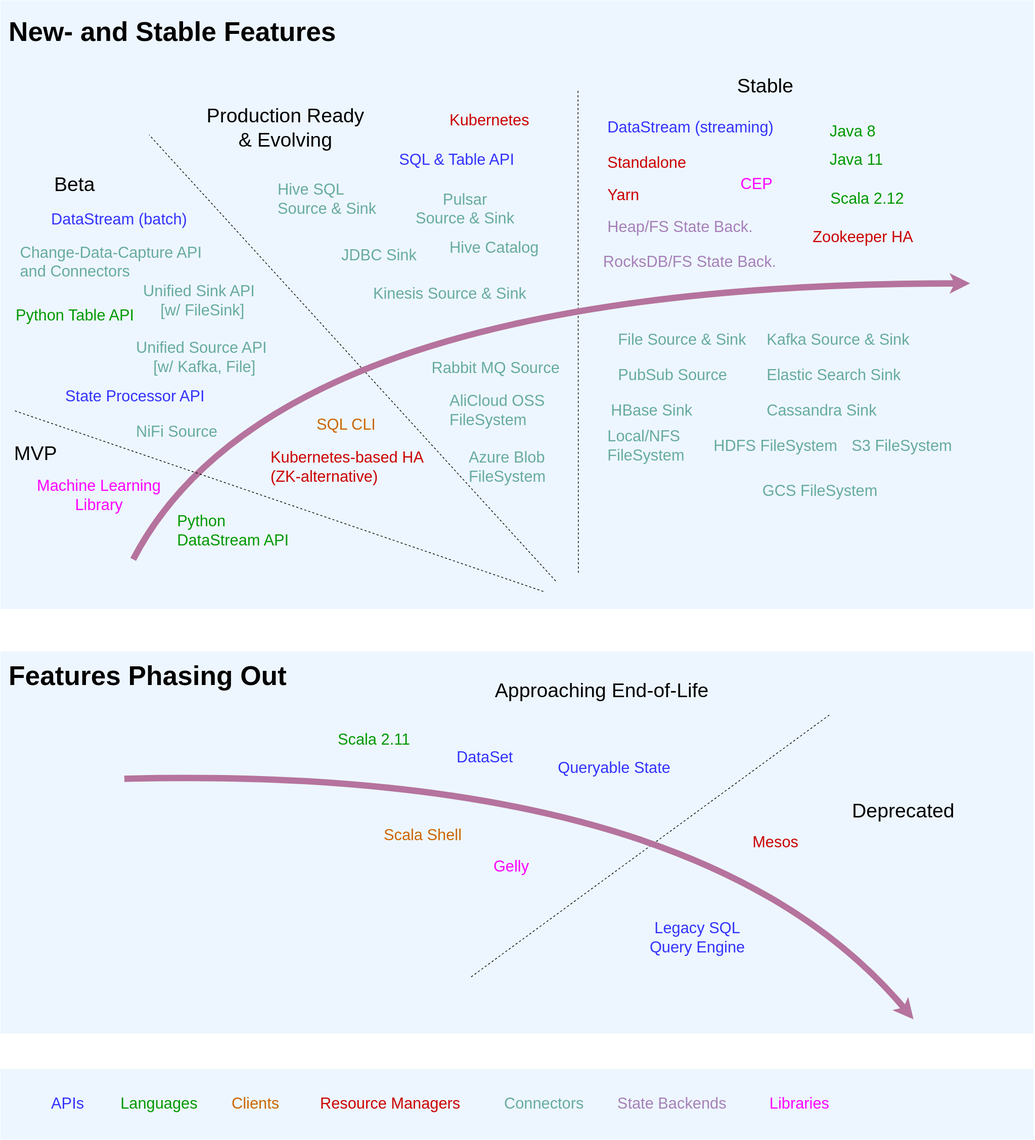
Before: img/flink_feature_radar_2.svg, a diagram exported from draw.io (apache/flink-web). Source tidied: cells renumbered, new cells last; positions are measured from the earlier drawing's top-left corner, leaving out a move shared by most shapes.
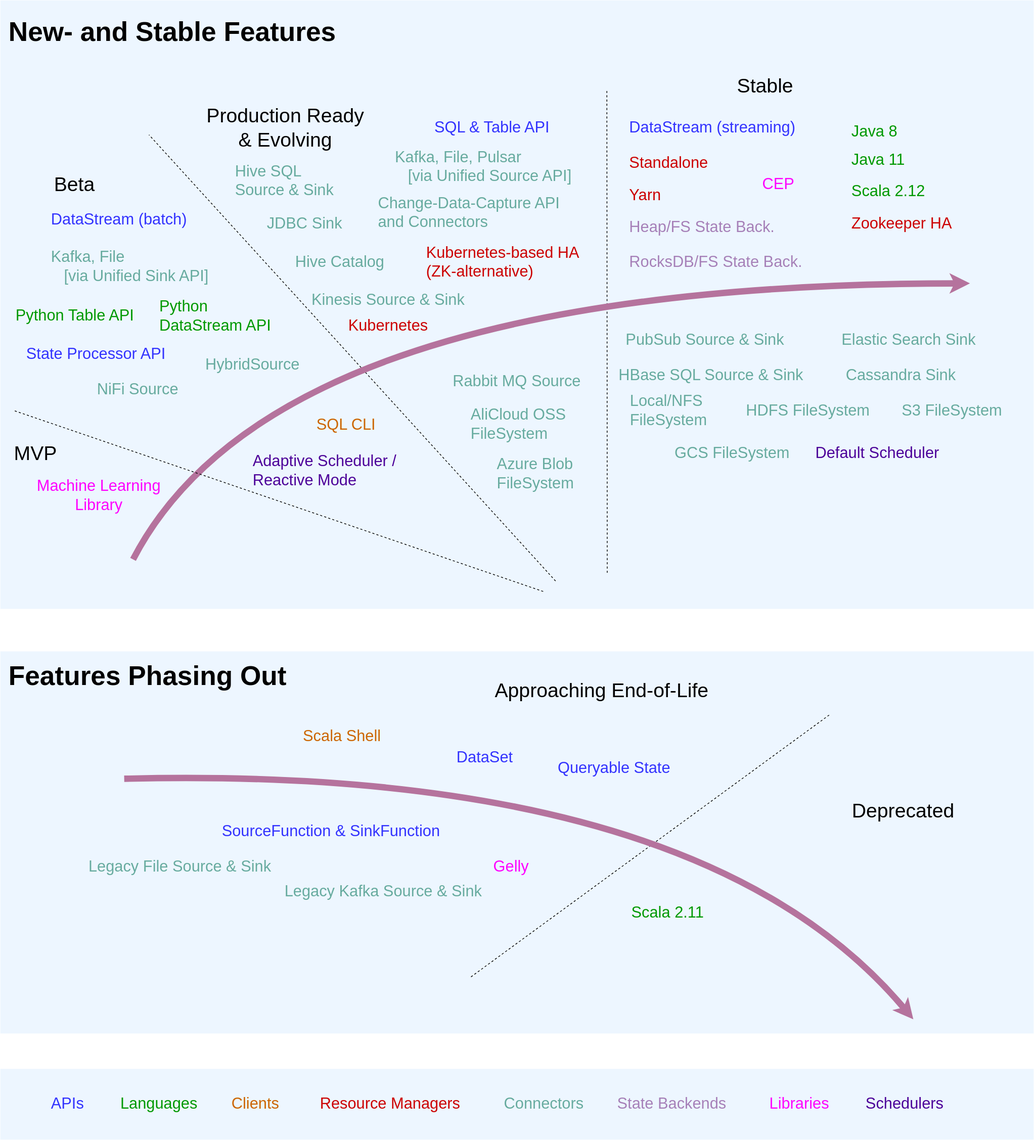
The same file after the commit.

Commit message:
Updated Flink roadmap

Change to the diagram source:
```diff
@@ -36,4 +36,4 @@
       <mxGeometry relative="1" as="geometry">
-        <mxPoint x="816.5" y="809" as="sourcePoint" />
-        <mxPoint x="816" y="126" as="targetPoint" />
+        <mxPoint x="857.5" y="809" as="sourcePoint" />
+        <mxPoint x="857" y="126" as="targetPoint" />
       </mxGeometry>
@@ -71,3 +71,3 @@
     <mxCell id="21" value="DataStream (streaming)" style="text;html=1;strokeColor=none;fillColor=none;align=left;verticalAlign=middle;whiteSpace=wrap;rounded=0;fontSize=22;fontColor=#3333FF;" parent="1" vertex="1">
-      <mxGeometry x="856" y="160" width="305" height="40" as="geometry" />
+      <mxGeometry x="887" y="160" width="305" height="40" as="geometry" />
     </mxCell>
@@ -80,7 +80,4 @@
     <mxCell id="24" value="SQL &amp;amp; Table API" style="text;html=1;strokeColor=none;fillColor=none;align=center;verticalAlign=middle;whiteSpace=wrap;rounded=0;fontSize=22;fontColor=#3333FF;" parent="1" vertex="1">
-      <mxGeometry x="510" y="206" width="270" height="40" as="geometry" />
+      <mxGeometry x="560" y="160" width="270" height="40" as="geometry" />
     </mxCell>
-    <mxCell id="25" value="Legacy SQL&lt;br&gt;Query Engine" style="text;html=1;strokeColor=none;fillColor=none;align=center;verticalAlign=middle;whiteSpace=wrap;rounded=0;fontSize=22;fontColor=#3333FF;" parent="1" vertex="1">
-      <mxGeometry x="850" y="1290" width="270" height="70" as="geometry" />
-    </mxCell>
     <mxCell id="26" value="Queryable State" style="text;html=1;strokeColor=none;fillColor=none;align=left;verticalAlign=middle;whiteSpace=wrap;rounded=0;fontSize=22;fontColor=#3333FF;" parent="1" vertex="1">
@@ -89,42 +86,39 @@
     <mxCell id="27" value="State Processor API" style="text;html=1;strokeColor=none;fillColor=none;align=left;verticalAlign=middle;whiteSpace=wrap;rounded=0;fontSize=22;fontColor=#3333FF;" parent="1" vertex="1">
-      <mxGeometry x="90" y="540" width="210" height="40" as="geometry" />
+      <mxGeometry x="35" y="480" width="210" height="40" as="geometry" />
     </mxCell>
     <mxCell id="28" value="Scala Shell" style="text;html=1;strokeColor=none;fillColor=none;align=left;verticalAlign=middle;whiteSpace=wrap;rounded=0;fontSize=22;fontColor=#CC6600;" parent="1" vertex="1">
-      <mxGeometry x="540" y="1160" width="130" height="40" as="geometry" />
+      <mxGeometry x="426" y="1020" width="130" height="40" as="geometry" />
     </mxCell>
     <mxCell id="29" value="Java 8" style="text;html=1;strokeColor=none;fillColor=none;align=left;verticalAlign=middle;whiteSpace=wrap;rounded=0;fontSize=22;fontColor=#009900;" parent="1" vertex="1">
-      <mxGeometry x="1170" y="166" width="110" height="40" as="geometry" />
+      <mxGeometry x="1201" y="166" width="110" height="40" as="geometry" />
     </mxCell>
     <mxCell id="30" value="Java 11" style="text;html=1;strokeColor=none;fillColor=none;align=left;verticalAlign=middle;whiteSpace=wrap;rounded=0;fontSize=22;fontColor=#009900;" parent="1" vertex="1">
-      <mxGeometry x="1170" y="206" width="120" height="40" as="geometry" />
+      <mxGeometry x="1201" y="206" width="120" height="40" as="geometry" />
     </mxCell>
     <mxCell id="31" value="Scala 2.12" style="text;html=1;strokeColor=none;fillColor=none;align=left;verticalAlign=middle;whiteSpace=wrap;rounded=0;fontSize=22;fontColor=#009900;" parent="1" vertex="1">
-      <mxGeometry x="1171" y="261" width="140" height="40" as="geometry" />
+      <mxGeometry x="1201" y="250" width="140" height="40" as="geometry" />
     </mxCell>
     <mxCell id="32" value="Scala 2.11" style="text;html=1;strokeColor=none;fillColor=none;align=left;verticalAlign=middle;whiteSpace=wrap;rounded=0;fontSize=22;fontColor=#009900;" parent="1" vertex="1">
-      <mxGeometry x="475" y="1025" width="140" height="40" as="geometry" />
+      <mxGeometry x="890" y="1270" width="140" height="40" as="geometry" />
     </mxCell>
     <mxCell id="33" value="&lt;div&gt;&lt;span&gt;Kubernetes&lt;/span&gt;&lt;/div&gt;" style="text;html=1;strokeColor=none;fillColor=none;align=left;verticalAlign=middle;whiteSpace=wrap;rounded=0;fontSize=22;fontColor=#CC0000;" parent="1" vertex="1">
-      <mxGeometry x="632.5" y="150" width="135" height="40" as="geometry" />
+      <mxGeometry x="490" y="440" width="135" height="40" as="geometry" />
     </mxCell>
     <mxCell id="34" value="&lt;div&gt;Standalone&lt;/div&gt;" style="text;html=1;strokeColor=none;fillColor=none;align=left;verticalAlign=middle;whiteSpace=wrap;rounded=0;fontSize=22;fontColor=#CC0000;" parent="1" vertex="1">
-      <mxGeometry x="856" y="210" width="130" height="40" as="geometry" />
+      <mxGeometry x="887" y="210" width="130" height="40" as="geometry" />
     </mxCell>
     <mxCell id="35" value="&lt;div&gt;Yarn&lt;/div&gt;" style="text;html=1;strokeColor=none;fillColor=none;align=left;verticalAlign=middle;whiteSpace=wrap;rounded=0;fontSize=22;fontColor=#CC0000;" parent="1" vertex="1">
-      <mxGeometry x="856" y="256" width="135" height="40" as="geometry" />
+      <mxGeometry x="887" y="256" width="135" height="40" as="geometry" />
     </mxCell>
     <mxCell id="36" value="&lt;div&gt;&lt;span&gt;Zookeeper HA&lt;/span&gt;&lt;/div&gt;" style="text;html=1;strokeColor=none;fillColor=none;align=left;verticalAlign=middle;whiteSpace=wrap;rounded=0;fontSize=22;fontColor=#CC0000;" parent="1" vertex="1">
-      <mxGeometry x="1146" y="315" width="190" height="40" as="geometry" />
+      <mxGeometry x="1201" y="296" width="190" height="40" as="geometry" />
     </mxCell>
-    <mxCell id="37" value="&lt;div&gt;&lt;span&gt;Mesos&lt;/span&gt;&lt;/div&gt;" style="text;html=1;strokeColor=none;fillColor=none;align=left;verticalAlign=middle;whiteSpace=wrap;rounded=0;fontSize=22;fontColor=#CC0000;" parent="1" vertex="1">
-      <mxGeometry x="1061" y="1170" width="135" height="40" as="geometry" />
-    </mxCell>
     <mxCell id="38" value="Kubernetes-based HA (ZK-alternative)" style="text;html=1;strokeColor=none;fillColor=none;align=left;verticalAlign=middle;whiteSpace=wrap;rounded=0;fontSize=22;fontColor=#CC0000;" parent="1" vertex="1">
-      <mxGeometry x="380" y="640" width="220" height="40" as="geometry" />
+      <mxGeometry x="600" y="350" width="220" height="40" as="geometry" />
     </mxCell>
     <mxCell id="39" value="&lt;div&gt;Heap/FS State Back.&lt;/div&gt;" style="text;html=1;strokeColor=none;fillColor=none;align=left;verticalAlign=middle;whiteSpace=wrap;rounded=0;fontSize=22;fontColor=#A680B8;" parent="1" vertex="1">
-      <mxGeometry x="856" y="301" width="220" height="40" as="geometry" />
+      <mxGeometry x="887" y="301" width="220" height="40" as="geometry" />
     </mxCell>
     <mxCell id="40" value="&lt;div&gt;&lt;span&gt;RocksDB/FS State Back.&lt;/span&gt;&lt;br&gt;&lt;/div&gt;" style="text;html=1;strokeColor=none;fillColor=none;align=left;verticalAlign=middle;whiteSpace=wrap;rounded=0;fontSize=22;fontColor=#A680B8;" parent="1" vertex="1">
-      <mxGeometry x="850" y="350" width="305" height="40" as="geometry" />
+      <mxGeometry x="887" y="350" width="305" height="40" as="geometry" />
     </mxCell>
@@ -134,3 +128,3 @@
     <mxCell id="42" value="&lt;div&gt;CEP&lt;/div&gt;" style="text;html=1;strokeColor=none;fillColor=none;align=left;verticalAlign=middle;whiteSpace=wrap;rounded=0;fontSize=22;fontColor=#FF00FF;" parent="1" vertex="1">
-      <mxGeometry x="1043.5" y="240" width="70" height="40" as="geometry" />
+      <mxGeometry x="1074.5" y="240" width="70" height="40" as="geometry" />
     </mxCell>
@@ -140,45 +134,36 @@
     <mxCell id="44" value="&lt;div&gt;&lt;span&gt;JDBC Sink&lt;/span&gt;&lt;/div&gt;" style="text;html=1;strokeColor=none;fillColor=none;align=left;verticalAlign=middle;whiteSpace=wrap;rounded=0;fontSize=22;fontColor=#67AB9F;" parent="1" vertex="1">
-      <mxGeometry x="480" y="341" width="135" height="40" as="geometry" />
+      <mxGeometry x="375" y="296" width="135" height="40" as="geometry" />
     </mxCell>
-    <mxCell id="45" value="&lt;div&gt;Unified Source API&lt;/div&gt;&lt;div&gt;&amp;nbsp; &amp;nbsp; [w/&amp;nbsp;&lt;span&gt;Kafka, File]&lt;/span&gt;&lt;/div&gt;" style="text;html=1;strokeColor=none;fillColor=none;align=left;verticalAlign=middle;whiteSpace=wrap;rounded=0;fontSize=22;fontColor=#67AB9F;" parent="1" vertex="1">
-      <mxGeometry x="190" y="470" width="230" height="70" as="geometry" />
+    <mxCell id="45" value="&lt;div&gt;Kafka, File, Pulsar&lt;/div&gt;&lt;div&gt;&lt;span&gt;&lt;/span&gt;&amp;nbsp; &amp;nbsp;[via Unified Source API]&lt;/div&gt;" style="text;html=1;strokeColor=none;fillColor=none;align=left;verticalAlign=middle;whiteSpace=wrap;rounded=0;fontSize=22;fontColor=#67AB9F;" parent="1" vertex="1">
+      <mxGeometry x="556" y="200" width="264" height="70" as="geometry" />
     </mxCell>
-    <mxCell id="46" value="File Source &amp;amp; Sink" style="text;html=1;strokeColor=none;fillColor=none;align=left;verticalAlign=middle;whiteSpace=wrap;rounded=0;fontSize=22;fontColor=#67AB9F;" parent="1" vertex="1">
-      <mxGeometry x="871" y="460" width="187.5" height="40" as="geometry" />
-    </mxCell>
-    <mxCell id="47" value="Kafka Source &amp;amp; Sink" style="text;html=1;strokeColor=none;fillColor=none;align=left;verticalAlign=middle;whiteSpace=wrap;rounded=0;fontSize=22;fontColor=#67AB9F;" parent="1" vertex="1">
-      <mxGeometry x="1081" y="460" width="305" height="40" as="geometry" />
-    </mxCell>
-    <mxCell id="48" value="&lt;div style=&quot;text-align: center&quot;&gt;&lt;span&gt;Pulsar&lt;/span&gt;&lt;/div&gt;Source &amp;amp; Sink" style="text;html=1;strokeColor=none;fillColor=none;align=left;verticalAlign=middle;whiteSpace=wrap;rounded=0;fontSize=22;fontColor=#67AB9F;" parent="1" vertex="1">
-      <mxGeometry x="585" y="275" width="160" height="40" as="geometry" />
-    </mxCell>
     <mxCell id="49" value="Rabbit MQ Source" style="text;html=1;strokeColor=none;fillColor=none;align=center;verticalAlign=middle;whiteSpace=wrap;rounded=0;fontSize=22;fontColor=#67AB9F;" parent="1" vertex="1">
-      <mxGeometry x="580" y="500" width="240" height="40" as="geometry" />
+      <mxGeometry x="610" y="519" width="240" height="40" as="geometry" />
     </mxCell>
     <mxCell id="50" value="&lt;div&gt;&lt;span&gt;Kinesis Source &amp;amp; Sink&lt;/span&gt;&lt;/div&gt;" style="text;html=1;strokeColor=none;fillColor=none;align=left;verticalAlign=middle;whiteSpace=wrap;rounded=0;fontSize=22;fontColor=#67AB9F;" parent="1" vertex="1">
-      <mxGeometry x="525" y="400" width="240" height="30" as="geometry" />
+      <mxGeometry x="437.5" y="410" width="240" height="28" as="geometry" />
     </mxCell>
-    <mxCell id="51" value="PubSub Source" style="text;html=1;strokeColor=none;fillColor=none;align=left;verticalAlign=middle;whiteSpace=wrap;rounded=0;fontSize=22;fontColor=#67AB9F;" parent="1" vertex="1">
-      <mxGeometry x="871" y="510" width="190" height="40" as="geometry" />
+    <mxCell id="51" value="PubSub Source &amp;amp; Sink" style="text;html=1;strokeColor=none;fillColor=none;align=left;verticalAlign=middle;whiteSpace=wrap;rounded=0;fontSize=22;fontColor=#67AB9F;" parent="1" vertex="1">
+      <mxGeometry x="882" y="460" width="250" height="40" as="geometry" />
     </mxCell>
     <mxCell id="52" value="NiFi Source" style="text;html=1;strokeColor=none;fillColor=none;align=left;verticalAlign=middle;whiteSpace=wrap;rounded=0;fontSize=22;fontColor=#67AB9F;" parent="1" vertex="1">
-      <mxGeometry x="190" y="590" width="190" height="40" as="geometry" />
+      <mxGeometry x="135" y="530" width="190" height="40" as="geometry" />
     </mxCell>
     <mxCell id="53" value="Elastic Search Sink" style="text;html=1;strokeColor=none;fillColor=none;align=left;verticalAlign=middle;whiteSpace=wrap;rounded=0;fontSize=22;fontColor=#67AB9F;" parent="1" vertex="1">
-      <mxGeometry x="1081" y="510" width="220" height="40" as="geometry" />
+      <mxGeometry x="1187" y="460" width="220" height="40" as="geometry" />
     </mxCell>
     <mxCell id="54" value="Cassandra Sink" style="text;html=1;strokeColor=none;fillColor=none;align=left;verticalAlign=middle;whiteSpace=wrap;rounded=0;fontSize=22;fontColor=#67AB9F;" parent="1" vertex="1">
-      <mxGeometry x="1081" y="560" width="220" height="40" as="geometry" />
+      <mxGeometry x="1193" y="510" width="220" height="40" as="geometry" />
     </mxCell>
-    <mxCell id="55" value="HBase Sink" style="text;html=1;strokeColor=none;fillColor=none;align=left;verticalAlign=middle;whiteSpace=wrap;rounded=0;fontSize=22;fontColor=#67AB9F;" parent="1" vertex="1">
-      <mxGeometry x="861" y="560" width="220" height="40" as="geometry" />
+    <mxCell id="55" value="HBase SQL Source &amp;amp; Sink" style="text;html=1;strokeColor=none;fillColor=none;align=left;verticalAlign=middle;whiteSpace=wrap;rounded=0;fontSize=22;fontColor=#67AB9F;" parent="1" vertex="1">
+      <mxGeometry x="872" y="510" width="270" height="40" as="geometry" />
     </mxCell>
     <mxCell id="56" value="&lt;div&gt;&lt;span&gt;Hive Catalog&lt;/span&gt;&lt;/div&gt;" style="text;html=1;strokeColor=none;fillColor=none;align=left;verticalAlign=middle;whiteSpace=wrap;rounded=0;fontSize=22;fontColor=#67AB9F;" parent="1" vertex="1">
-      <mxGeometry x="632.5" y="330" width="135" height="40" as="geometry" />
+      <mxGeometry x="415" y="350" width="135" height="40" as="geometry" />
     </mxCell>
     <mxCell id="57" value="&lt;div&gt;&lt;span&gt;Hive SQL&lt;br&gt;Source &amp;amp; Sink&lt;/span&gt;&lt;/div&gt;" style="text;html=1;strokeColor=none;fillColor=none;align=left;verticalAlign=middle;whiteSpace=wrap;rounded=0;fontSize=22;fontColor=#67AB9F;" parent="1" vertex="1">
-      <mxGeometry x="390" y="251" width="160" height="60" as="geometry" />
+      <mxGeometry x="330" y="225" width="160" height="60" as="geometry" />
     </mxCell>
-    <mxCell id="58" value="&lt;div&gt;Unified Sink API&lt;/div&gt;&lt;div&gt;&amp;nbsp; &amp;nbsp; [w/&amp;nbsp;&lt;span&gt;FileSink]&lt;/span&gt;&lt;/div&gt;" style="text;html=1;strokeColor=none;fillColor=none;align=left;verticalAlign=middle;whiteSpace=wrap;rounded=0;fontSize=22;fontColor=#67AB9F;" parent="1" vertex="1">
-      <mxGeometry x="200" y="390" width="190" height="70" as="geometry" />
+    <mxCell id="58" value="&lt;div&gt;Kafka, File&lt;/div&gt;&lt;div&gt;&amp;nbsp; &amp;nbsp;[via Unified Sink API]&lt;/div&gt;" style="text;html=1;strokeColor=none;fillColor=none;align=left;verticalAlign=middle;whiteSpace=wrap;rounded=0;fontSize=22;fontColor=#67AB9F;" parent="1" vertex="1">
+      <mxGeometry x="70" y="341" width="230" height="70" as="geometry" />
     </mxCell>
@@ -188,21 +173,21 @@
     <mxCell id="60" value="Python&lt;br&gt;DataStream API" style="text;html=1;strokeColor=none;fillColor=none;align=left;verticalAlign=middle;whiteSpace=wrap;rounded=0;fontSize=22;fontColor=#009900;" parent="1" vertex="1">
-      <mxGeometry x="247.5" y="730" width="250" height="40" as="geometry" />
+      <mxGeometry x="222.5" y="426" width="250" height="40" as="geometry" />
     </mxCell>
     <mxCell id="61" value="S3 FileSystem" style="text;html=1;strokeColor=none;fillColor=none;align=left;verticalAlign=middle;whiteSpace=wrap;rounded=0;fontSize=22;fontColor=#67AB9F;" parent="1" vertex="1">
-      <mxGeometry x="1201" y="610" width="180" height="40" as="geometry" />
+      <mxGeometry x="1272" y="560" width="180" height="40" as="geometry" />
     </mxCell>
     <mxCell id="62" value="GCS FileSystem" style="text;html=1;strokeColor=none;fillColor=none;align=left;verticalAlign=middle;whiteSpace=wrap;rounded=0;fontSize=22;fontColor=#67AB9F;" parent="1" vertex="1">
-      <mxGeometry x="1075" y="674" width="180" height="40" as="geometry" />
+      <mxGeometry x="950.5" y="620" width="180" height="40" as="geometry" />
     </mxCell>
     <mxCell id="63" value="Local/NFS FileSystem" style="text;html=1;strokeColor=none;fillColor=none;align=left;verticalAlign=middle;whiteSpace=wrap;rounded=0;fontSize=22;fontColor=#67AB9F;" parent="1" vertex="1">
-      <mxGeometry x="856" y="610" width="180" height="40" as="geometry" />
+      <mxGeometry x="888" y="560" width="180" height="40" as="geometry" />
     </mxCell>
     <mxCell id="64" value="HDFS FileSystem" style="text;html=1;strokeColor=none;fillColor=none;align=left;verticalAlign=middle;whiteSpace=wrap;rounded=0;fontSize=22;fontColor=#67AB9F;" parent="1" vertex="1">
-      <mxGeometry x="1006" y="610" width="180" height="40" as="geometry" />
+      <mxGeometry x="1052" y="560" width="180" height="40" as="geometry" />
     </mxCell>
     <mxCell id="65" value="Azure Blob&lt;br&gt;FileSystem" style="text;html=1;strokeColor=none;fillColor=none;align=left;verticalAlign=middle;whiteSpace=wrap;rounded=0;fontSize=22;fontColor=#67AB9F;" parent="1" vertex="1">
-      <mxGeometry x="660" y="640" width="130" height="40" as="geometry" />
+      <mxGeometry x="700" y="649" width="130" height="40" as="geometry" />
     </mxCell>
     <mxCell id="66" value="AliCloud OSS&lt;br&gt;FileSystem" style="text;html=1;strokeColor=none;fillColor=none;align=left;verticalAlign=middle;whiteSpace=wrap;rounded=0;fontSize=22;fontColor=#67AB9F;" parent="1" vertex="1">
-      <mxGeometry x="632.5" y="555" width="180" height="50" as="geometry" />
+      <mxGeometry x="662.5" y="574" width="180" height="50" as="geometry" />
     </mxCell>
@@ -242,4 +227,25 @@
     <mxCell id="73" value="&lt;div&gt;&lt;span&gt;Change-Data-Capture API and Connectors&lt;br&gt;&lt;/span&gt;&lt;/div&gt;" style="text;html=1;strokeColor=none;fillColor=none;align=left;verticalAlign=middle;whiteSpace=wrap;rounded=0;fontSize=22;fontColor=#67AB9F;" parent="1" vertex="1">
-      <mxGeometry x="26" y="340" width="274" height="60" as="geometry" />
+      <mxGeometry x="532" y="270" width="274" height="60" as="geometry" />
     </mxCell>
+    <mxCell id="74" value="Legacy File Source &amp;amp; Sink" style="text;html=1;strokeColor=none;fillColor=none;align=left;verticalAlign=middle;whiteSpace=wrap;rounded=0;fontSize=22;fontColor=#67AB9F;" parent="1" vertex="1">
+      <mxGeometry x="122.5" y="1205" width="267.5" height="40" as="geometry" />
+    </mxCell>
+    <mxCell id="75" value="Legacy Kafka Source &amp;amp; Sink" style="text;html=1;strokeColor=none;fillColor=none;align=left;verticalAlign=middle;whiteSpace=wrap;rounded=0;fontSize=22;fontColor=#67AB9F;" parent="1" vertex="1">
+      <mxGeometry x="400" y="1245" width="286.2" height="30" as="geometry" />
+    </mxCell>
+    <mxCell id="76" value="SourceFunction &amp;amp; SinkFunction" style="text;html=1;strokeColor=none;fillColor=none;align=center;verticalAlign=middle;whiteSpace=wrap;rounded=0;fontSize=22;fontColor=#3333FF;" parent="1" vertex="1">
+      <mxGeometry x="295" y="1140" width="345" height="70" as="geometry" />
+    </mxCell>
+    <mxCell id="77" value="&lt;div&gt;HybridSource&lt;/div&gt;" style="text;html=1;strokeColor=none;fillColor=none;align=left;verticalAlign=middle;whiteSpace=wrap;rounded=0;fontSize=22;fontColor=#67AB9F;" parent="1" vertex="1">
+      <mxGeometry x="287.5" y="480" width="190" height="70" as="geometry" />
+    </mxCell>
+    <mxCell id="78" value="&lt;font color=&quot;#4c0099&quot;&gt;Schedulers&lt;/font&gt;" style="text;html=1;strokeColor=none;fillColor=none;align=left;verticalAlign=middle;whiteSpace=wrap;rounded=0;fontSize=22;fontColor=#FF00FF;" parent="1" vertex="1">
+      <mxGeometry x="1221" y="1540" width="100" height="40" as="geometry" />
+    </mxCell>
+    <mxCell id="79" value="&lt;font color=&quot;#4c0099&quot;&gt;Default Scheduler&lt;/font&gt;" style="text;html=1;strokeColor=none;fillColor=none;align=left;verticalAlign=middle;whiteSpace=wrap;rounded=0;fontSize=22;fontColor=#67AB9F;" parent="1" vertex="1">
+      <mxGeometry x="1150" y="620" width="180" height="40" as="geometry" />
+    </mxCell>
+    <mxCell id="80" value="&lt;font color=&quot;#4c0099&quot;&gt;Adaptive Scheduler / Reactive Mode&lt;/font&gt;" style="text;html=1;strokeColor=none;fillColor=none;align=left;verticalAlign=middle;whiteSpace=wrap;rounded=0;fontSize=22;fontColor=#67AB9F;" parent="1" vertex="1">
+      <mxGeometry x="355" y="649" width="225" height="31" as="geometry" />
+    </mxCell>
   </root>
```
